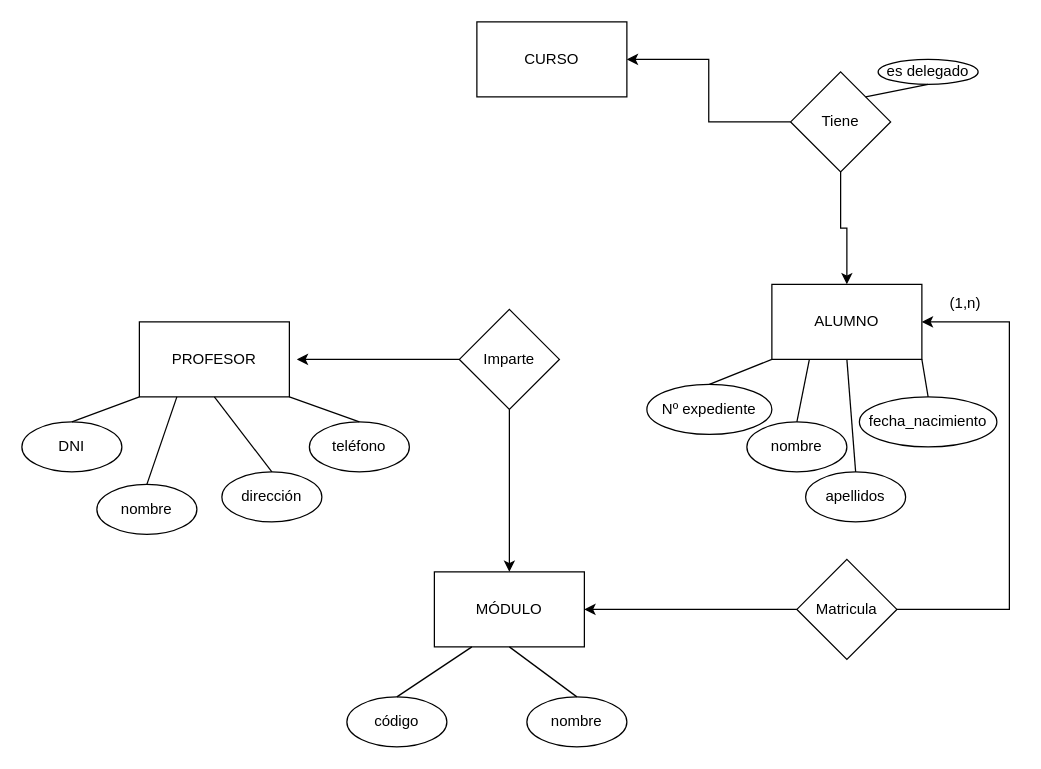
CGMarval/BAE keeps this draw.io diagram as Diagrama Ejercicio 2 Base de Datos 21-09.drawio. Above is the earlier version. Source tidied: cells renumbered, new cells numbered last; positions are measured from the earlier drawing's top-left corner, leaving out a move shared by most shapes. Both pictures are drawn from the tidied source at 125%, with x=0, y=0 at pixel (21, 21).
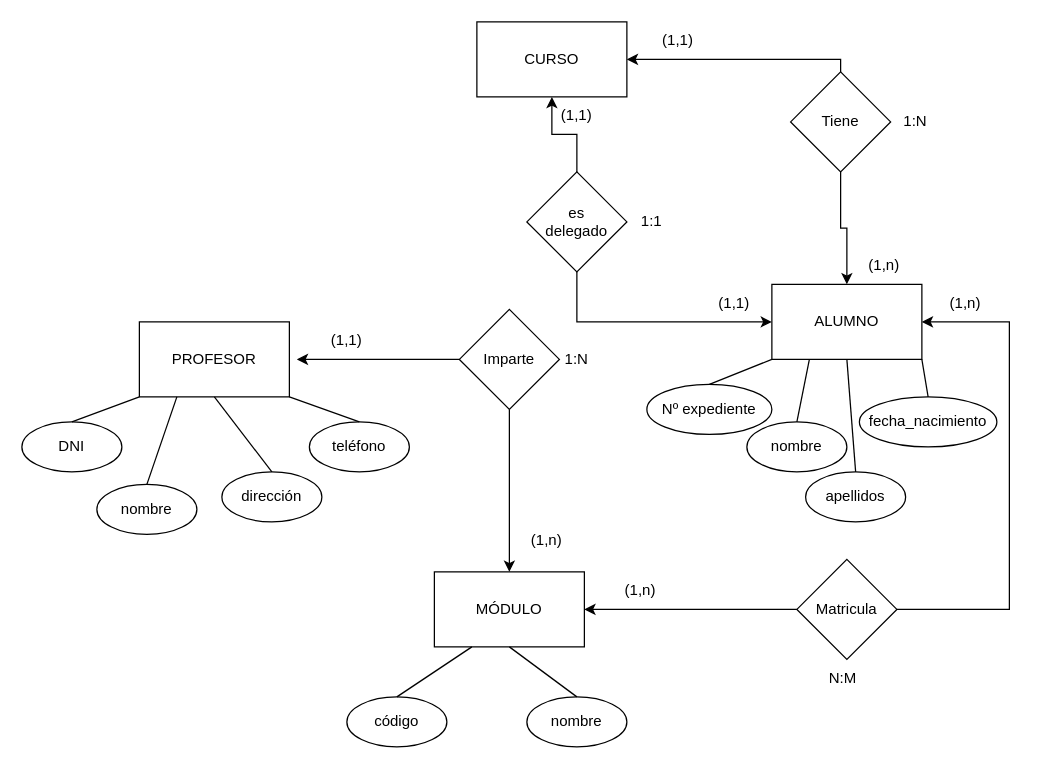
The same page after the edit.

Unchanged cells that the change refers to:
```xml
<mxCell id="4" value="CURSO" style="rounded=0;whiteSpace=wrap;html=1;" parent="1" vertex="1">
  <mxGeometry x="364" width="120" height="60" as="geometry" />
</mxCell>
<mxCell id="5" value="ALUMNO" style="rounded=0;whiteSpace=wrap;html=1;" parent="1" vertex="1">
  <mxGeometry x="600" y="210" width="120" height="60" as="geometry" />
</mxCell>
<mxCell id="11" value="Tiene" style="rhombus;whiteSpace=wrap;html=1;" parent="1" vertex="1">
  <mxGeometry x="615" y="40" width="80" height="80" as="geometry" />
</mxCell>
```

The edit, as a diff of the source:
```diff
@@
     <mxCell id="10" style="edgeStyle=orthogonalEdgeStyle;rounded=0;jettySize=auto;html=1;entryX=1;entryY=0.5;entryDx=0;entryDy=0;" parent="1" edge="1" source="11" target="4">
-      <mxGeometry relative="1" as="geometry" />
+      <mxGeometry relative="1" as="geometry">
+        <Array as="points">
+          <mxPoint x="655" y="30" />
+        </Array>
+      </mxGeometry>
     </mxCell>
@@
+    <mxCell id="37" value="(1,n)" style="text;html=1;strokeColor=none;fillColor=none;align=center;verticalAlign=middle;whiteSpace=wrap;rounded=0;" parent="1" vertex="1">
+      <mxGeometry x="725" y="210" width="60" height="30" as="geometry" />
+    </mxCell>
+    <mxCell id="38" style="edgeStyle=orthogonalEdgeStyle;rounded=0;jettySize=auto;html=1;entryX=0.5;entryY=1;entryDx=0;entryDy=0;" parent="1" edge="1" source="35" target="4">
+      <mxGeometry relative="1" as="geometry" />
+    </mxCell>
+    <mxCell id="39" style="edgeStyle=orthogonalEdgeStyle;rounded=0;jettySize=auto;html=1;exitX=0.5;exitY=1;exitDx=0;exitDy=0;entryX=0;entryY=0.5;entryDx=0;entryDy=0;" parent="1" edge="1" source="35" target="5">
+      <mxGeometry relative="1" as="geometry" />
+    </mxCell>
-    <mxCell id="35" value="es delegado" style="ellipse;whiteSpace=wrap;html=1;" parent="1" vertex="1">
-      <mxGeometry x="685" y="30" width="80" height="20" as="geometry" />
+    <mxCell id="35" value="es&lt;br&gt;delegado" style="rhombus;whiteSpace=wrap;html=1;" parent="1" vertex="1">
+      <mxGeometry x="404" y="120" width="80" height="80" as="geometry" />
     </mxCell>
-    <mxCell id="36" style="endArrow=none;html=1;rounded=0;entryX=0.5;entryY=1;entryDx=0;entryDy=0;exitX=1;exitY=0;exitDx=0;exitDy=0;" parent="1" edge="1" source="11" target="35">
-      <mxGeometry relative="1" as="geometry" />
-    </mxCell>
-    <mxCell id="37" value="(1,n)" style="text;html=1;strokeColor=none;fillColor=none;align=center;verticalAlign=middle;whiteSpace=wrap;rounded=0;" parent="1" vertex="1">
-      <mxGeometry x="725" y="210" width="60" height="30" as="geometry" />
-    </mxCell>
+    <mxCell id="40" value="1:N" style="text;html=1;strokeColor=none;fillColor=none;align=center;verticalAlign=middle;whiteSpace=wrap;rounded=0;" parent="1" vertex="1">
+      <mxGeometry x="685" y="65" width="60" height="30" as="geometry" />
+    </mxCell>
+    <mxCell id="41" value="1:1" style="text;html=1;strokeColor=none;fillColor=none;align=center;verticalAlign=middle;whiteSpace=wrap;rounded=0;" parent="1" vertex="1">
+      <mxGeometry x="474" y="145" width="60" height="30" as="geometry" />
+    </mxCell>
+    <mxCell id="42" value="1:N" style="text;html=1;strokeColor=none;fillColor=none;align=center;verticalAlign=middle;whiteSpace=wrap;rounded=0;" parent="1" vertex="1">
+      <mxGeometry x="414" y="255" width="60" height="30" as="geometry" />
+    </mxCell>
+    <mxCell id="43" value="N:M" style="text;html=1;strokeColor=none;fillColor=none;align=center;verticalAlign=middle;whiteSpace=wrap;rounded=0;" parent="1" vertex="1">
+      <mxGeometry x="627" y="510" width="60" height="30" as="geometry" />
+    </mxCell>
+    <mxCell id="44" value="(1,n)" style="text;html=1;strokeColor=none;fillColor=none;align=center;verticalAlign=middle;whiteSpace=wrap;rounded=0;" parent="1" vertex="1">
+      <mxGeometry x="465" y="440" width="60" height="30" as="geometry" />
+    </mxCell>
+    <mxCell id="45" value="(1,1)" style="text;html=1;strokeColor=none;fillColor=none;align=center;verticalAlign=middle;whiteSpace=wrap;rounded=0;" parent="1" vertex="1">
+      <mxGeometry x="495" width="60" height="30" as="geometry" />
+    </mxCell>
+    <mxCell id="46" value="(1,n)" style="text;html=1;strokeColor=none;fillColor=none;align=center;verticalAlign=middle;whiteSpace=wrap;rounded=0;" parent="1" vertex="1">
+      <mxGeometry x="660" y="180" width="60" height="30" as="geometry" />
+    </mxCell>
+    <mxCell id="47" value="(1,1)" style="text;html=1;strokeColor=none;fillColor=none;align=center;verticalAlign=middle;whiteSpace=wrap;rounded=0;" parent="1" vertex="1">
+      <mxGeometry x="414" y="60" width="60" height="30" as="geometry" />
+    </mxCell>
+    <mxCell id="48" value="(1,1)" style="text;html=1;strokeColor=none;fillColor=none;align=center;verticalAlign=middle;whiteSpace=wrap;rounded=0;" parent="1" vertex="1">
+      <mxGeometry x="540" y="210" width="60" height="30" as="geometry" />
+    </mxCell>
+    <mxCell id="49" value="(1,1)" style="text;html=1;strokeColor=none;fillColor=none;align=center;verticalAlign=middle;whiteSpace=wrap;rounded=0;" parent="1" vertex="1">
+      <mxGeometry x="230" y="240" width="60" height="30" as="geometry" />
+    </mxCell>
+    <mxCell id="50" value="(1,n)" style="text;html=1;strokeColor=none;fillColor=none;align=center;verticalAlign=middle;whiteSpace=wrap;rounded=0;" parent="1" vertex="1">
+      <mxGeometry x="390" y="400" width="60" height="30" as="geometry" />
+    </mxCell>
```
